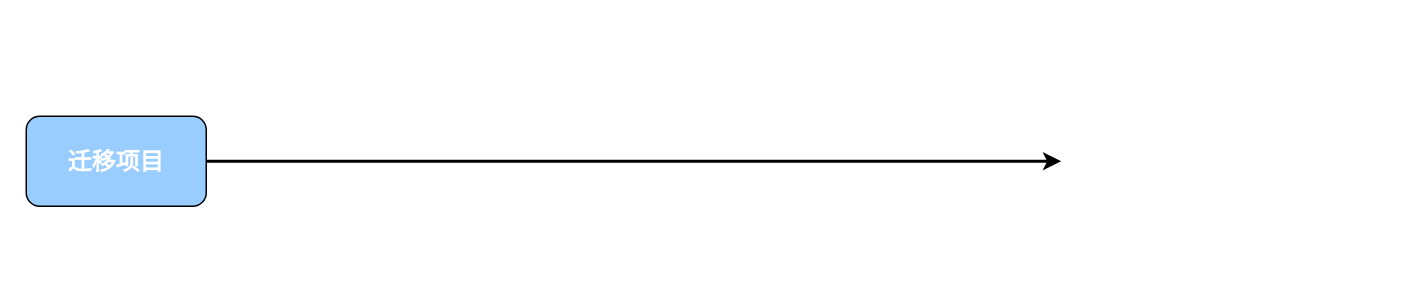
Earlier version of the draw.io diagram 迁移TimeLine.drawio (DonnieLe/MyDocs). Source tidied: cells renumbered, new cells numbered last; positions are measured from the earlier drawing's top-left corner, leaving out a move shared by most shapes. Both pictures are drawn from the tidied source at 150%, with x=0, y=0 at pixel (26, 116).
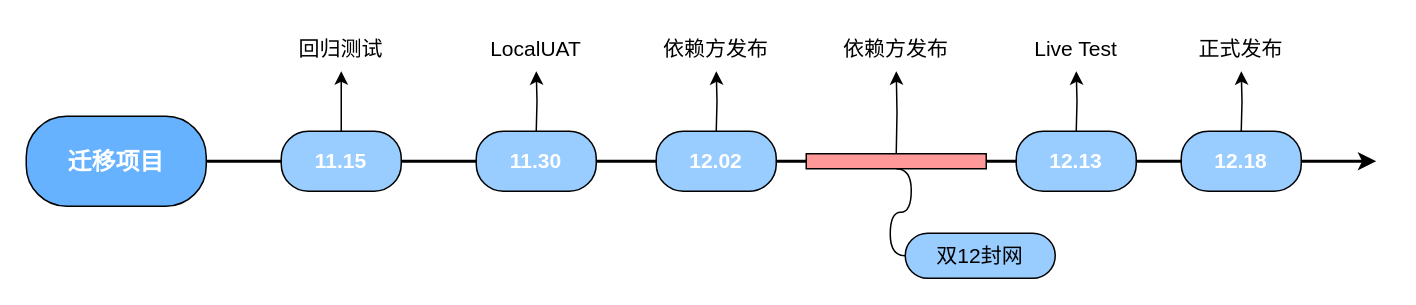
Above is the later version.

What changed in the source:
```diff
@@
-    <mxCell id="2" value="&lt;b style=&quot;font-size: 16px;&quot;&gt;迁移项目&lt;/b&gt;" style="rounded=1;whiteSpace=wrap;html=1;fillColor=#99CCFF;fontSize=16;fontColor=#FFFFFF;" parent="1" vertex="1">
+    <mxCell id="2" value="&lt;b style=&quot;font-size: 16px;&quot;&gt;迁移项目&lt;/b&gt;" style="rounded=1;whiteSpace=wrap;html=1;fillColor=#66B2FF;fontSize=16;fontColor=#FFFFFF;arcSize=45;" parent="1" vertex="1">
       <mxGeometry width="120" height="60" as="geometry" />
     </mxCell>
-    <mxCell id="3" style="endArrow=classic;html=1;rounded=0;fontSize=16;fontColor=#FFFFFF;strokeWidth=2;" parent="1" edge="1" source="2">
+    <mxCell id="3" style="endArrow=classic;html=1;rounded=0;fontSize=16;fontColor=#FFFFFF;strokeWidth=2;startArrow=none;" parent="1" edge="1" source="12">
       <mxGeometry relative="1" as="geometry">
-        <mxPoint x="690" y="30" as="targetPoint" />
+        <mxPoint x="900" y="30" as="targetPoint" />
       </mxGeometry>
     </mxCell>
+    <mxCell id="4" style="edgeStyle=orthogonalEdgeStyle;rounded=0;jettySize=auto;html=1;fontSize=14;" parent="1" edge="1" source="5" target="7">
+      <mxGeometry relative="1" as="geometry" />
+    </mxCell>
+    <mxCell id="5" value="&lt;b style=&quot;font-size: 14px;&quot;&gt;11.15&lt;/b&gt;" style="rounded=1;whiteSpace=wrap;html=1;fillColor=#99CCFF;fontSize=14;fontColor=#FFFFFF;arcSize=45;" parent="1" vertex="1">
+      <mxGeometry x="170" y="10" width="80" height="40" as="geometry" />
+    </mxCell>
+    <mxCell id="6" style="endArrow=none;html=1;rounded=0;fontSize=16;fontColor=#FFFFFF;strokeWidth=2;" parent="1" edge="1" source="2" target="5">
+      <mxGeometry relative="1" as="geometry" />
+    </mxCell>
+    <mxCell id="7" value="回归测试" style="text;html=1;strokeColor=none;fillColor=none;align=center;verticalAlign=middle;whiteSpace=wrap;rounded=0;fontSize=14;" parent="1" vertex="1">
+      <mxGeometry x="180" y="-60" width="60" height="30" as="geometry" />
+    </mxCell>
+    <mxCell id="8" style="edgeStyle=orthogonalEdgeStyle;rounded=0;jettySize=auto;html=1;fontSize=14;" parent="1" edge="1" target="9">
+      <mxGeometry relative="1" as="geometry">
+        <mxPoint x="340" y="10" as="sourcePoint" />
+      </mxGeometry>
+    </mxCell>
+    <mxCell id="9" value="LocalUAT" style="text;html=1;strokeColor=none;fillColor=none;align=center;verticalAlign=middle;whiteSpace=wrap;rounded=0;fontSize=14;" parent="1" vertex="1">
+      <mxGeometry x="310" y="-60" width="60" height="30" as="geometry" />
+    </mxCell>
+    <mxCell id="10" style="edgeStyle=orthogonalEdgeStyle;rounded=0;jettySize=auto;html=1;fontSize=14;" parent="1" edge="1" target="11">
+      <mxGeometry relative="1" as="geometry">
+        <mxPoint x="460" y="10" as="sourcePoint" />
+      </mxGeometry>
+    </mxCell>
+    <mxCell id="11" value="依赖方发布" style="text;html=1;strokeColor=none;fillColor=none;align=center;verticalAlign=middle;whiteSpace=wrap;rounded=0;fontSize=14;" parent="1" vertex="1">
+      <mxGeometry x="420" y="-60" width="80" height="30" as="geometry" />
+    </mxCell>
+    <mxCell id="12" style="rounded=0;whiteSpace=wrap;html=1;fontSize=14;fillColor=#FF9999;" parent="1" vertex="1">
+      <mxGeometry x="520" y="25" width="120" height="10" as="geometry" />
+    </mxCell>
+    <mxCell id="13" style="endArrow=none;html=1;rounded=0;fontSize=16;fontColor=#FFFFFF;strokeWidth=2;startArrow=none;" parent="1" edge="1" source="5" target="12">
+      <mxGeometry relative="1" as="geometry" />
+    </mxCell>
+    <mxCell id="14" value="双12封网" style="whiteSpace=wrap;html=1;rounded=1;arcSize=50;align=center;verticalAlign=middle;strokeWidth=1;spacing=4;newEdgeStyle={&quot;edgeStyle&quot;:&quot;entityRelationEdgeStyle&quot;,&quot;startArrow&quot;:&quot;none&quot;,&quot;endArrow&quot;:&quot;none&quot;,&quot;segment&quot;:10,&quot;curved&quot;:1};fontSize=14;fillColor=#99CCFF;" parent="1" vertex="1">
+      <mxGeometry x="586" y="78" width="100" height="30" as="geometry" />
+    </mxCell>
+    <mxCell id="15" style="edgeStyle=entityRelationEdgeStyle;startArrow=none;endArrow=none;segment=10;curved=1;rounded=0;fontSize=14;" parent="1" edge="1" target="14">
+      <mxGeometry relative="1" as="geometry">
+        <mxPoint x="580" y="35" as="sourcePoint" />
+      </mxGeometry>
+    </mxCell>
+    <mxCell id="16" value="&lt;b style=&quot;font-size: 14px&quot;&gt;11.30&lt;/b&gt;" style="rounded=1;whiteSpace=wrap;html=1;fillColor=#99CCFF;fontSize=14;fontColor=#FFFFFF;arcSize=45;" parent="1" vertex="1">
+      <mxGeometry x="300" y="10" width="80" height="40" as="geometry" />
+    </mxCell>
+    <mxCell id="17" value="&lt;b style=&quot;font-size: 14px&quot;&gt;12.02&lt;/b&gt;" style="rounded=1;whiteSpace=wrap;html=1;fillColor=#99CCFF;fontSize=14;fontColor=#FFFFFF;arcSize=45;" parent="1" vertex="1">
+      <mxGeometry x="420" y="10" width="80" height="40" as="geometry" />
+    </mxCell>
+    <mxCell id="18" style="edgeStyle=orthogonalEdgeStyle;rounded=0;jettySize=auto;html=1;fontSize=14;" parent="1" edge="1" target="19">
+      <mxGeometry relative="1" as="geometry">
+        <mxPoint x="700" y="10" as="sourcePoint" />
+      </mxGeometry>
+    </mxCell>
+    <mxCell id="19" value="Live Test" style="text;html=1;strokeColor=none;fillColor=none;align=center;verticalAlign=middle;whiteSpace=wrap;rounded=0;fontSize=14;" parent="1" vertex="1">
+      <mxGeometry x="660" y="-60" width="80" height="30" as="geometry" />
+    </mxCell>
+    <mxCell id="20" value="&lt;b style=&quot;font-size: 14px&quot;&gt;12.13&lt;/b&gt;" style="rounded=1;whiteSpace=wrap;html=1;fillColor=#99CCFF;fontSize=14;fontColor=#FFFFFF;arcSize=45;" parent="1" vertex="1">
+      <mxGeometry x="660" y="10" width="80" height="40" as="geometry" />
+    </mxCell>
+    <mxCell id="21" style="edgeStyle=orthogonalEdgeStyle;rounded=0;jettySize=auto;html=1;fontSize=14;" parent="1" edge="1" target="22">
+      <mxGeometry relative="1" as="geometry">
+        <mxPoint x="810" y="10" as="sourcePoint" />
+      </mxGeometry>
+    </mxCell>
+    <mxCell id="22" value="正式发布" style="text;html=1;strokeColor=none;fillColor=none;align=center;verticalAlign=middle;whiteSpace=wrap;rounded=0;fontSize=14;" parent="1" vertex="1">
+      <mxGeometry x="770" y="-60" width="80" height="30" as="geometry" />
+    </mxCell>
+    <mxCell id="23" value="&lt;b style=&quot;font-size: 14px&quot;&gt;12.18&lt;/b&gt;" style="rounded=1;whiteSpace=wrap;html=1;fillColor=#99CCFF;fontSize=14;fontColor=#FFFFFF;arcSize=45;" parent="1" vertex="1">
+      <mxGeometry x="770" y="10" width="80" height="40" as="geometry" />
+    </mxCell>
+    <mxCell id="24" style="edgeStyle=orthogonalEdgeStyle;rounded=0;jettySize=auto;html=1;fontSize=14;" parent="1" edge="1" target="25">
+      <mxGeometry relative="1" as="geometry">
+        <mxPoint x="580" y="25" as="sourcePoint" />
+      </mxGeometry>
+    </mxCell>
+    <mxCell id="25" value="依赖方发布" style="text;html=1;strokeColor=none;fillColor=none;align=center;verticalAlign=middle;whiteSpace=wrap;rounded=0;fontSize=14;" parent="1" vertex="1">
+      <mxGeometry x="540" y="-60" width="80" height="30" as="geometry" />
+    </mxCell>
```
